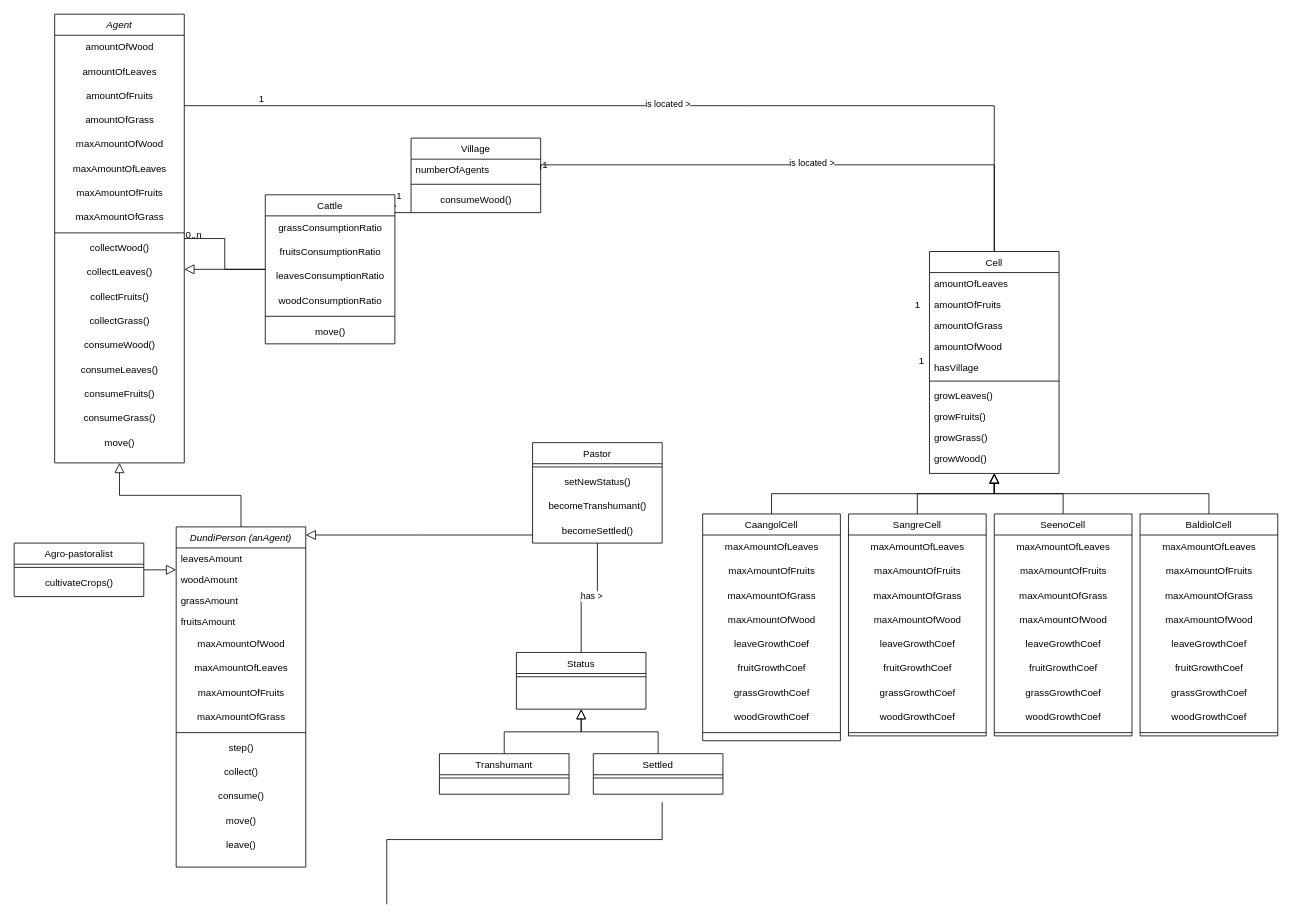
panchovdl/DundiModel keeps this draw.io diagram as page "Dundi-iteration1" (2 of 6) of DundiV0.drawio. Above is the earlier version. Source tidied: cells renumbered, new cells numbered last; positions are measured from the earlier drawing's top-left corner, leaving out a move shared by most shapes. Both pictures are drawn from the tidied source at 81%, with x=0, y=0 at pixel (14, 14).
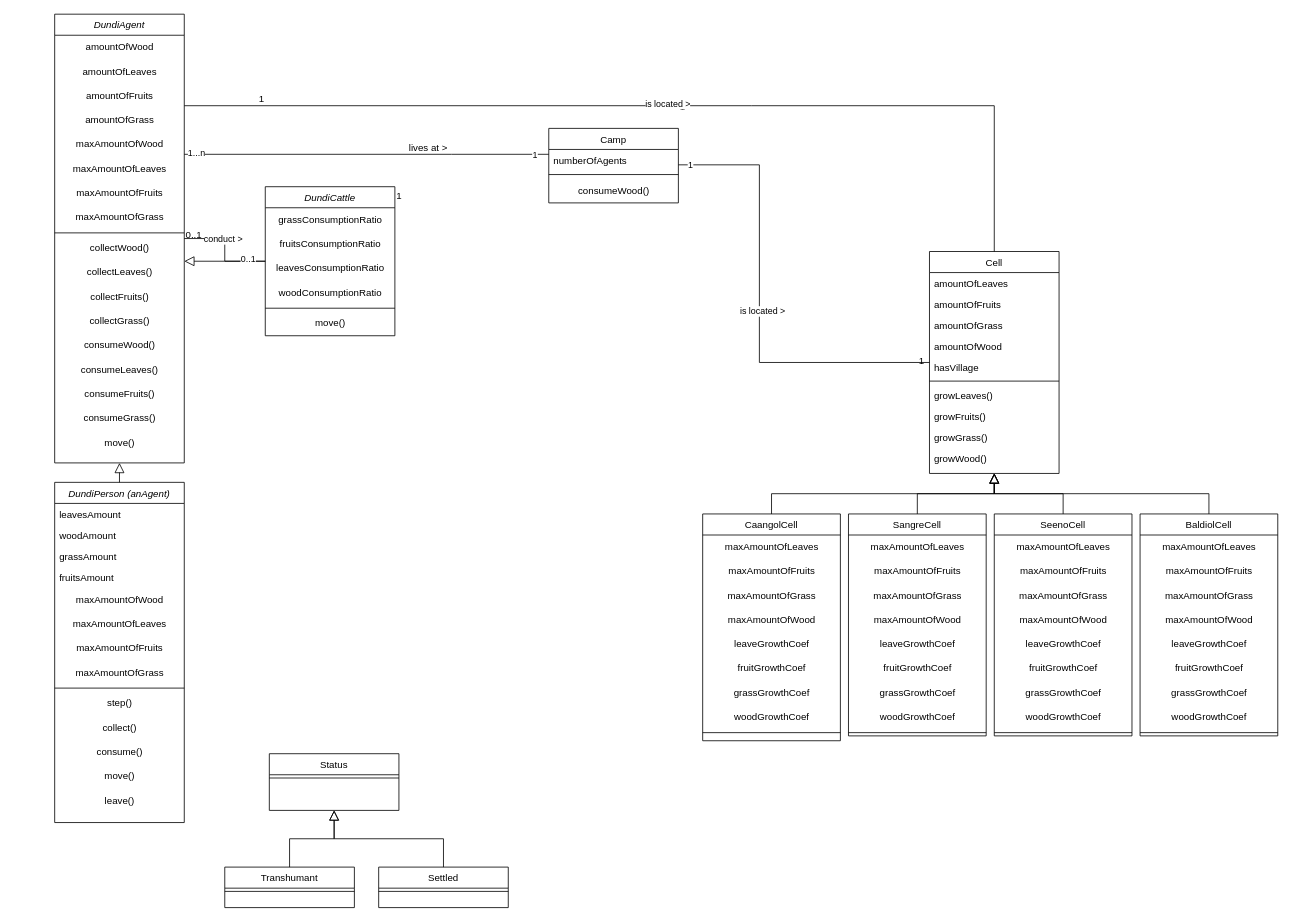
Above is the later version.

Commit message:
Mettre à jour DundiV0.drawio

Unchanged cells that the change refers to:
```xml
<mxCell id="42" value="Cell" style="swimlane;fontStyle=0;align=center;verticalAlign=top;horizontal=1;startSize=26;rounded=0;shadow=0;strokeWidth=1;" parent="1" vertex="1">
  <mxGeometry x="1130" y="293" width="160" height="274" as="geometry" />
</mxCell>
<mxCell id="130" style="endArrow=none;html=1;rounded=0;edgeStyle=orthogonalEdgeStyle;" parent="1" edge="1" source="2" target="132">
  <mxGeometry x="0.5" y="41" relative="1" as="geometry">
    <mxPoint x="-40" y="32" as="offset" />
  </mxGeometry>
</mxCell>
```

What changed in the source:
```diff
@@
-    <mxCell id="2" value="Agent" style="swimlane;fontStyle=2;align=center;verticalAlign=top;horizontal=1;startSize=26;rounded=0;shadow=0;strokeWidth=1;" parent="1" vertex="1">
+    <mxCell id="2" value="DundiAgent" style="swimlane;fontStyle=2;align=center;verticalAlign=top;horizontal=1;startSize=26;rounded=0;shadow=0;strokeWidth=1;" parent="1" vertex="1">
       <mxGeometry x="50" width="160" height="554" as="geometry" />
     </mxCell>
@@
-    <mxCell id="21" value="Agro-pastoralist" style="swimlane;fontStyle=0;align=center;verticalAlign=top;horizontal=1;startSize=26;rounded=0;shadow=0;strokeWidth=1;" parent="1" vertex="1">
-      <mxGeometry y="653" width="160" height="66" as="geometry" />
-    </mxCell>
-    <mxCell id="22" style="line;html=1;strokeWidth=1;align=left;verticalAlign=middle;spacingTop=-1;spacingLeft=3;spacingRight=3;labelPosition=right;" parent="21" vertex="1">
-      <mxGeometry y="26" width="160" height="8" as="geometry" />
-    </mxCell>
-    <mxCell id="23" value="cultivateCrops()" style="text;html=1;align=center;verticalAlign=middle;strokeColor=none;fillColor=none;" parent="21" vertex="1">
-      <mxGeometry y="34" width="160" height="30" as="geometry" />
-    </mxCell>
-    <mxCell id="24" style="endArrow=block;endSize=10;endFill=0;shadow=0;strokeWidth=1;rounded=0;edgeStyle=elbowEdgeStyle;elbow=vertical;" parent="1" edge="1" source="21" target="113">
-      <mxGeometry relative="1" as="geometry" />
-    </mxCell>
-    <mxCell id="25" style="endArrow=none;html=1;rounded=0;edgeStyle=orthogonalEdgeStyle;" parent="1" edge="1" source="27" target="40">
-      <mxGeometry relative="1" as="geometry" />
-    </mxCell>
-    <mxCell id="26" value="has &amp;gt;" style="edgeLabel;html=1;align=center;verticalAlign=middle;" parent="25" vertex="1">
-      <mxGeometry x="-0.03" y="-2" relative="1" as="geometry" />
-    </mxCell>
-    <mxCell id="27" value="Pastor" style="swimlane;fontStyle=0;align=center;verticalAlign=top;horizontal=1;startSize=26;rounded=0;shadow=0;strokeWidth=1;" parent="1" vertex="1">
-      <mxGeometry x="640" y="529" width="160" height="124" as="geometry" />
-    </mxCell>
-    <mxCell id="28" style="line;html=1;strokeWidth=1;align=left;verticalAlign=middle;spacingTop=-1;spacingLeft=3;spacingRight=3;labelPosition=right;" parent="27" vertex="1">
-      <mxGeometry y="26" width="160" height="8" as="geometry" />
-    </mxCell>
-    <mxCell id="29" value="&lt;div&gt;setNewStatus()&lt;/div&gt;" style="text;html=1;align=center;verticalAlign=middle;strokeColor=none;fillColor=none;" parent="27" vertex="1">
-      <mxGeometry y="34" width="160" height="30" as="geometry" />
-    </mxCell>
-    <mxCell id="30" value="&lt;div&gt;becomeTranshumant()&lt;/div&gt;" style="text;html=1;align=center;verticalAlign=middle;strokeColor=none;fillColor=none;" parent="27" vertex="1">
-      <mxGeometry y="64" width="160" height="30" as="geometry" />
-    </mxCell>
-    <mxCell id="31" value="&lt;div&gt;becomeSettled()&lt;/div&gt;" style="text;html=1;align=center;verticalAlign=middle;strokeColor=none;fillColor=none;" parent="27" vertex="1">
-      <mxGeometry y="94" width="160" height="30" as="geometry" />
-    </mxCell>
-    <mxCell id="32" style="endArrow=block;endSize=10;endFill=0;shadow=0;strokeWidth=1;rounded=0;edgeStyle=elbowEdgeStyle;elbow=vertical;" parent="1" edge="1" source="27" target="113">
-      <mxGeometry relative="1" as="geometry" />
-    </mxCell>
-    <mxCell id="33" value="Village" style="swimlane;fontStyle=0;align=center;verticalAlign=top;horizontal=1;startSize=26;rounded=0;shadow=0;strokeWidth=1;" parent="1" vertex="1">
-      <mxGeometry x="490" y="153" width="160" height="92" as="geometry" />
+    <mxCell id="33" value="Camp" style="swimlane;fontStyle=0;align=center;verticalAlign=top;horizontal=1;startSize=26;rounded=0;shadow=0;strokeWidth=1;" parent="1" vertex="1">
+      <mxGeometry x="660" y="141" width="160" height="92" as="geometry" />
     </mxCell>
@@
-    <mxCell id="37" style="endArrow=none;html=1;rounded=0;edgeStyle=orthogonalEdgeStyle;" parent="1" edge="1" source="132" target="33">
+    <mxCell id="37" style="endArrow=none;html=1;rounded=0;edgeStyle=orthogonalEdgeStyle;" parent="1" edge="1" source="2" target="33">
       <mxGeometry x="0.5" y="41" relative="1" as="geometry">
         <Array as="points">
-          <mxPoint x="440" y="233" />
-          <mxPoint x="440" y="233" />
+          <mxPoint x="540" y="173" />
+          <mxPoint x="540" y="173" />
         </Array>
         <mxPoint x="-40" y="32" as="offset" />
       </mxGeometry>
     </mxCell>
@@
+    <mxCell id="139" value="1...n" style="edgeLabel;html=1;align=center;verticalAlign=middle;" parent="37" vertex="1">
+      <mxGeometry x="-0.94" y="2" relative="1" as="geometry" />
+    </mxCell>
+    <mxCell id="140" value="1" style="edgeLabel;html=1;align=center;verticalAlign=middle;" parent="37" vertex="1">
+      <mxGeometry x="0.92" relative="1" as="geometry" />
+    </mxCell>
     <mxCell id="40" value="Status" style="swimlane;fontStyle=0;align=center;verticalAlign=top;horizontal=1;startSize=26;rounded=0;shadow=0;strokeWidth=1;" parent="1" vertex="1">
-      <mxGeometry x="620" y="788" width="160" height="70" as="geometry" />
+      <mxGeometry x="315" y="913" width="160" height="70" as="geometry" />
     </mxCell>
@@
-    <mxCell id="53" style="endArrow=none;html=1;rounded=0;edgeStyle=orthogonalEdgeStyle;" parent="1" edge="1" target="42">
+    <mxCell id="53" style="endArrow=none;html=1;rounded=0;edgeStyle=orthogonalEdgeStyle;" parent="1" edge="1" source="33" target="42">
       <mxGeometry relative="1" as="geometry">
-        <mxPoint x="650" y="192" as="sourcePoint" />
         <Array as="points">
-          <mxPoint x="650" y="186" />
+          <mxPoint x="920" y="186" />
+          <mxPoint x="920" y="430" />
         </Array>
       </mxGeometry>
     </mxCell>
@@
+    <mxCell id="141" value="1" style="edgeLabel;html=1;align=center;verticalAlign=middle;" parent="53" vertex="1">
+      <mxGeometry x="-0.95" relative="1" as="geometry" />
+    </mxCell>
@@
     <mxCell id="103" value="Transhumant" style="swimlane;fontStyle=0;align=center;verticalAlign=top;horizontal=1;startSize=26;rounded=0;shadow=0;strokeWidth=1;" parent="1" vertex="1">
-      <mxGeometry x="525" y="913" width="160" height="50" as="geometry" />
+      <mxGeometry x="260" y="1053" width="160" height="50" as="geometry" />
     </mxCell>
@@
     <mxCell id="105" value="Settled" style="swimlane;fontStyle=0;align=center;verticalAlign=top;horizontal=1;startSize=26;rounded=0;shadow=0;strokeWidth=1;" parent="1" vertex="1">
-      <mxGeometry x="715" y="913" width="160" height="50" as="geometry" />
+      <mxGeometry x="450" y="1053" width="160" height="50" as="geometry" />
     </mxCell>
@@
-    <mxCell id="110" value="1" style="align=right;verticalAlign=bottom;labelBackgroundColor=none;fontSize=12;" parent="1" vertex="1">
-      <mxGeometry x="1120" y="367" as="geometry" />
-    </mxCell>
-    <mxCell id="111" style="endArrow=none;html=1;rounded=0;edgeStyle=orthogonalEdgeStyle;" parent="1" edge="1">
-      <mxGeometry x="0.5" y="41" relative="1" as="geometry">
-        <mxPoint x="800" y="973" as="sourcePoint" />
-        <mxPoint x="460" y="1099" as="targetPoint" />
-        <Array as="points">
-          <mxPoint x="800" y="1019" />
-          <mxPoint x="460" y="1019" />
-        </Array>
-        <mxPoint x="-40" y="32" as="offset" />
-      </mxGeometry>
-    </mxCell>
-    <mxCell id="112" style="align=left;verticalAlign=bottom;labelBackgroundColor=none;fontSize=12;" parent="111" vertex="1">
-      <mxGeometry x="-1" relative="1" as="geometry">
-        <mxPoint y="4" as="offset" />
-      </mxGeometry>
-    </mxCell>
     <mxCell id="113" value="DundiPerson (anAgent)" style="swimlane;fontStyle=2;align=center;verticalAlign=top;horizontal=1;startSize=26;rounded=0;shadow=0;strokeWidth=1;" parent="1" vertex="1">
-      <mxGeometry x="200" y="633" width="160" height="420" as="geometry" />
+      <mxGeometry x="50" y="578" width="160" height="420" as="geometry" />
     </mxCell>
@@
-    <mxCell id="131" value="0..n" style="align=left;verticalAlign=bottom;labelBackgroundColor=none;fontSize=12;" parent="130" vertex="1">
+    <mxCell id="131" value="0..1" style="align=left;verticalAlign=bottom;labelBackgroundColor=none;fontSize=12;" parent="130" vertex="1">
       <mxGeometry x="-1" relative="1" as="geometry">
         <mxPoint y="4" as="offset" />
       </mxGeometry>
     </mxCell>
+    <mxCell id="142" value="conduct &amp;gt;" style="edgeLabel;html=1;align=center;verticalAlign=middle;" parent="130" vertex="1">
+      <mxGeometry x="-0.27" relative="1" as="geometry" />
+    </mxCell>
+    <mxCell id="143" value="&lt;div&gt;0..1&lt;br&gt;&lt;/div&gt;" style="edgeLabel;html=1;align=center;verticalAlign=middle;" parent="130" vertex="1">
+      <mxGeometry x="0.66" y="4" relative="1" as="geometry" />
+    </mxCell>
-    <mxCell id="132" value="Cattle" style="swimlane;fontStyle=0;align=center;verticalAlign=top;horizontal=1;startSize=26;rounded=0;shadow=0;strokeWidth=1;" parent="1" vertex="1">
-      <mxGeometry x="310" y="223" width="160" height="184" as="geometry" />
+    <mxCell id="132" value="DundiCattle" style="swimlane;fontStyle=2;align=center;verticalAlign=top;horizontal=1;startSize=26;rounded=0;shadow=0;strokeWidth=1;" parent="1" vertex="1">
+      <mxGeometry x="310" y="213" width="160" height="184" as="geometry" />
     </mxCell>
```
